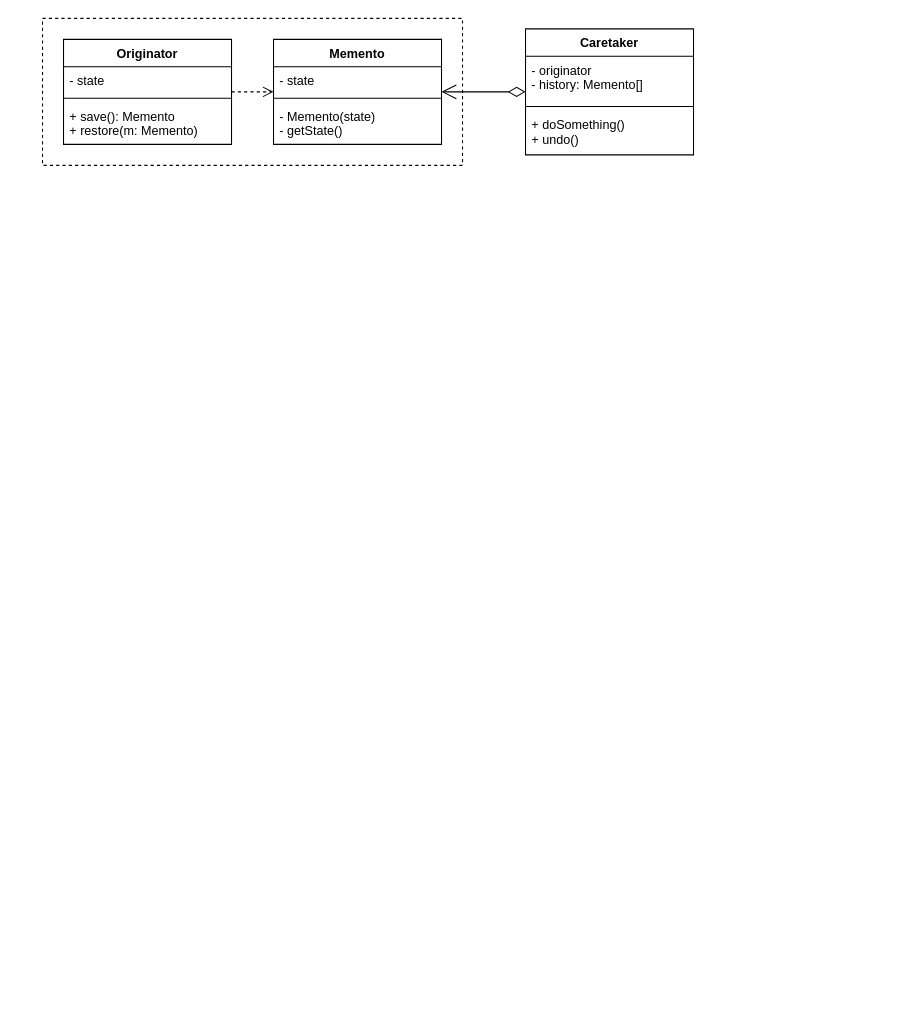
Above: memento.drawio in pcandlej/drawio-design-pattern (draw.io), before the change. Source tidied: cells renumbered, new cells numbered last; positions are measured from the earlier drawing's top-left corner, leaving out a move shared by most shapes. Both pictures are drawn from the tidied source at 105%, with x=0, y=0 at pixel (42, 18).
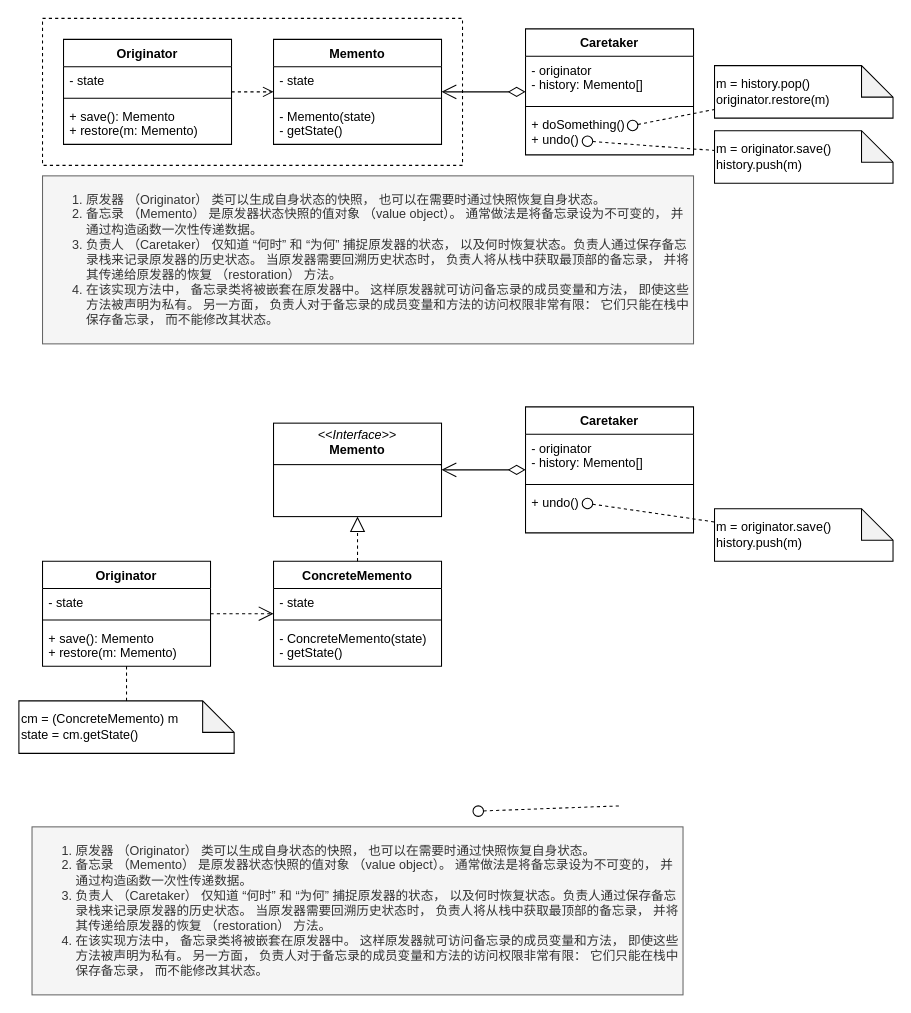
Above is the later version.

Diff of the diagram source:
```diff
@@
+    <mxCell id="17" value="&lt;ol&gt;&lt;li&gt;原发器 （Originator） 类可以生成自身状态的快照， 也可以在需要时通过快照恢复自身状态。&lt;/li&gt;&lt;li&gt;备忘录 （Memento） 是原发器状态快照的值对象 （value object）。 通常做法是将备忘录设为不可变的， 并通过构造函数一次性传递数据。&lt;/li&gt;&lt;li&gt;负责人 （Caretaker） 仅知道 “何时” 和 “为何” 捕捉原发器的状态， 以及何时恢复状态。负责人通过保存备忘录栈来记录原发器的历史状态。 当原发器需要回溯历史状态时， 负责人将从栈中获取最顶部的备忘录， 并将其传递给原发器的恢复 （restoration） 方法。&lt;/li&gt;&lt;li&gt;在该实现方法中， 备忘录类将被嵌套在原发器中。 这样原发器就可访问备忘录的成员变量和方法， 即使这些方法被声明为私有。 另一方面， 负责人对于备忘录的成员变量和方法的访问权限非常有限： 它们只能在栈中保存备忘录， 而不能修改其状态。&lt;br&gt;&lt;/li&gt;&lt;/ol&gt;" style="text;html=1;align=left;verticalAlign=middle;whiteSpace=wrap;rounded=0;fillColor=#f5f5f5;fontColor=#333333;strokeColor=#666666;" parent="1" vertex="1">
+      <mxGeometry y="150" width="620" height="160" as="geometry" />
+    </mxCell>
+    <mxCell id="18" value="m = history.pop()&lt;div&gt;originator.restore(m)&lt;/div&gt;" style="shape=note;whiteSpace=wrap;html=1;backgroundOutline=1;darkOpacity=0.05;align=left;" parent="1" vertex="1">
+      <mxGeometry x="640" y="45" width="170" height="50" as="geometry" />
+    </mxCell>
+    <mxCell id="19" value="m =&amp;nbsp;&lt;span style=&quot;background-color: initial;&quot;&gt;originator.save()&lt;/span&gt;&lt;div&gt;&lt;span style=&quot;background-color: initial;&quot;&gt;history.push(m)&lt;/span&gt;&lt;/div&gt;" style="shape=note;whiteSpace=wrap;html=1;backgroundOutline=1;darkOpacity=0.05;align=left;" parent="1" vertex="1">
+      <mxGeometry x="640" y="107" width="170" height="50" as="geometry" />
+    </mxCell>
+    <mxCell id="20" style="ellipse;whiteSpace=wrap;html=1;" parent="1" vertex="1">
+      <mxGeometry x="557" y="97" width="10" height="10" as="geometry" />
+    </mxCell>
+    <mxCell id="21" style="endArrow=none;dashed=1;html=1;rounded=0;" parent="1" edge="1" source="20" target="18">
+      <mxGeometry relative="1" as="geometry" />
+    </mxCell>
+    <mxCell id="22" style="ellipse;whiteSpace=wrap;html=1;" parent="1" vertex="1">
+      <mxGeometry x="514" y="112" width="10" height="10" as="geometry" />
+    </mxCell>
+    <mxCell id="23" style="endArrow=none;dashed=1;html=1;rounded=0;" parent="1" edge="1" source="22" target="19">
+      <mxGeometry relative="1" as="geometry" />
+    </mxCell>
+    <mxCell id="24" value="Originator" style="swimlane;fontStyle=1;align=center;verticalAlign=top;horizontal=1;startSize=26;whiteSpace=wrap;html=1;" parent="1" vertex="1">
+      <mxGeometry y="517" width="160" height="100" as="geometry" />
+    </mxCell>
+    <mxCell id="25" value="- state" style="text;strokeColor=none;fillColor=none;align=left;verticalAlign=top;spacingLeft=4;spacingRight=4;overflow=hidden;whiteSpace=wrap;html=1;" parent="24" vertex="1">
+      <mxGeometry y="26" width="160" height="26" as="geometry" />
+    </mxCell>
+    <mxCell id="26" style="line;strokeWidth=1;fillColor=none;align=left;verticalAlign=middle;spacingTop=-1;spacingLeft=3;spacingRight=3;labelPosition=right;strokeColor=inherit;" parent="24" vertex="1">
+      <mxGeometry y="52" width="160" height="8" as="geometry" />
+    </mxCell>
+    <mxCell id="27" value="+ save(): Memento&lt;div&gt;+ restore(m: Memento)&lt;/div&gt;" style="text;strokeColor=none;fillColor=none;align=left;verticalAlign=top;spacingLeft=4;spacingRight=4;overflow=hidden;whiteSpace=wrap;html=1;" parent="24" vertex="1">
+      <mxGeometry y="60" width="160" height="40" as="geometry" />
+    </mxCell>
+    <mxCell id="28" value="ConcreteMemento" style="swimlane;fontStyle=1;align=center;verticalAlign=top;horizontal=1;startSize=26;whiteSpace=wrap;html=1;" parent="1" vertex="1">
+      <mxGeometry x="220" y="517" width="160" height="100" as="geometry" />
+    </mxCell>
+    <mxCell id="29" value="- state" style="text;strokeColor=none;fillColor=none;align=left;verticalAlign=top;spacingLeft=4;spacingRight=4;overflow=hidden;whiteSpace=wrap;html=1;" parent="28" vertex="1">
+      <mxGeometry y="26" width="160" height="26" as="geometry" />
+    </mxCell>
+    <mxCell id="30" style="line;strokeWidth=1;fillColor=none;align=left;verticalAlign=middle;spacingTop=-1;spacingLeft=3;spacingRight=3;labelPosition=right;strokeColor=inherit;" parent="28" vertex="1">
+      <mxGeometry y="52" width="160" height="8" as="geometry" />
+    </mxCell>
+    <mxCell id="31" value="- ConcreteMemento(state)&lt;div&gt;- getState()&lt;/div&gt;" style="text;strokeColor=none;fillColor=none;align=left;verticalAlign=top;spacingLeft=4;spacingRight=4;overflow=hidden;whiteSpace=wrap;html=1;" parent="28" vertex="1">
+      <mxGeometry y="60" width="160" height="40" as="geometry" />
+    </mxCell>
+    <mxCell id="32" value="Caretaker" style="swimlane;fontStyle=1;align=center;verticalAlign=top;horizontal=1;startSize=26;whiteSpace=wrap;html=1;" parent="1" vertex="1">
+      <mxGeometry x="460" y="370" width="160" height="120" as="geometry" />
+    </mxCell>
+    <mxCell id="33" value="- originator&lt;div&gt;- history: Memento[]&lt;/div&gt;" style="text;strokeColor=none;fillColor=none;align=left;verticalAlign=top;spacingLeft=4;spacingRight=4;overflow=hidden;whiteSpace=wrap;html=1;" parent="32" vertex="1">
+      <mxGeometry y="26" width="160" height="44" as="geometry" />
+    </mxCell>
+    <mxCell id="34" style="line;strokeWidth=1;fillColor=none;align=left;verticalAlign=middle;spacingTop=-1;spacingLeft=3;spacingRight=3;labelPosition=right;strokeColor=inherit;" parent="32" vertex="1">
+      <mxGeometry y="70" width="160" height="8" as="geometry" />
+    </mxCell>
+    <mxCell id="35" value="&lt;div&gt;+ undo()&lt;/div&gt;" style="text;strokeColor=none;fillColor=none;align=left;verticalAlign=top;spacingLeft=4;spacingRight=4;overflow=hidden;whiteSpace=wrap;html=1;" parent="32" vertex="1">
+      <mxGeometry y="78" width="160" height="42" as="geometry" />
+    </mxCell>
+    <mxCell id="36" value="&lt;ol&gt;&lt;li&gt;原发器 （Originator） 类可以生成自身状态的快照， 也可以在需要时通过快照恢复自身状态。&lt;/li&gt;&lt;li&gt;备忘录 （Memento） 是原发器状态快照的值对象 （value object）。 通常做法是将备忘录设为不可变的， 并通过构造函数一次性传递数据。&lt;/li&gt;&lt;li&gt;负责人 （Caretaker） 仅知道 “何时” 和 “为何” 捕捉原发器的状态， 以及何时恢复状态。负责人通过保存备忘录栈来记录原发器的历史状态。 当原发器需要回溯历史状态时， 负责人将从栈中获取最顶部的备忘录， 并将其传递给原发器的恢复 （restoration） 方法。&lt;/li&gt;&lt;li&gt;在该实现方法中， 备忘录类将被嵌套在原发器中。 这样原发器就可访问备忘录的成员变量和方法， 即使这些方法被声明为私有。 另一方面， 负责人对于备忘录的成员变量和方法的访问权限非常有限： 它们只能在栈中保存备忘录， 而不能修改其状态。&lt;br&gt;&lt;/li&gt;&lt;/ol&gt;" style="text;html=1;align=left;verticalAlign=middle;whiteSpace=wrap;rounded=0;fillColor=#f5f5f5;fontColor=#333333;strokeColor=#666666;" parent="1" vertex="1">
+      <mxGeometry x="-10" y="770" width="620" height="160" as="geometry" />
+    </mxCell>
+    <mxCell id="37" value="cm = (ConcreteMemento) m&lt;div&gt;state = cm.getState()&lt;/div&gt;" style="shape=note;whiteSpace=wrap;html=1;backgroundOutline=1;darkOpacity=0.05;align=left;" parent="1" vertex="1">
+      <mxGeometry x="-22.5" y="650" width="205" height="50" as="geometry" />
+    </mxCell>
+    <mxCell id="38" value="m =&amp;nbsp;&lt;span style=&quot;background-color: initial;&quot;&gt;originator.save()&lt;/span&gt;&lt;div&gt;&lt;span style=&quot;background-color: initial;&quot;&gt;history.push(m)&lt;/span&gt;&lt;/div&gt;" style="shape=note;whiteSpace=wrap;html=1;backgroundOutline=1;darkOpacity=0.05;align=left;" parent="1" vertex="1">
+      <mxGeometry x="640" y="467" width="170" height="50" as="geometry" />
+    </mxCell>
+    <mxCell id="39" style="endArrow=none;dashed=1;html=1;rounded=0;" parent="1" edge="1" source="24" target="37">
+      <mxGeometry relative="1" as="geometry" />
+    </mxCell>
+    <mxCell id="40" style="ellipse;whiteSpace=wrap;html=1;" parent="1" vertex="1">
+      <mxGeometry x="514" y="457" width="10" height="10" as="geometry" />
+    </mxCell>
+    <mxCell id="41" style="endArrow=none;dashed=1;html=1;rounded=0;" parent="1" edge="1" source="40" target="38">
+      <mxGeometry relative="1" as="geometry" />
+    </mxCell>
+    <mxCell id="42" style="ellipse;whiteSpace=wrap;html=1;" parent="1" vertex="1">
+      <mxGeometry x="410" y="750" width="10" height="10" as="geometry" />
+    </mxCell>
+    <mxCell id="43" style="endArrow=none;dashed=1;html=1;rounded=0;" parent="1" edge="1" source="42">
+      <mxGeometry relative="1" as="geometry">
+        <mxPoint x="550" y="750" as="targetPoint" />
+      </mxGeometry>
+    </mxCell>
+    <mxCell id="44" value="&lt;p style=&quot;margin:0px;margin-top:4px;text-align:center;&quot;&gt;&lt;i&gt;&amp;lt;&amp;lt;Interface&amp;gt;&amp;gt;&lt;/i&gt;&lt;br&gt;&lt;b&gt;Memento&lt;/b&gt;&lt;/p&gt;&lt;hr size=&quot;1&quot; style=&quot;border-style:solid;&quot;&gt;&lt;p style=&quot;margin:0px;margin-left:4px;&quot;&gt;&lt;br&gt;&lt;/p&gt;" style="verticalAlign=top;align=left;overflow=fill;html=1;whiteSpace=wrap;" parent="1" vertex="1">
+      <mxGeometry x="220" y="385.5" width="160" height="89" as="geometry" />
+    </mxCell>
+    <mxCell id="45" style="endArrow=block;dashed=1;endFill=0;endSize=12;html=1;rounded=0;" parent="1" edge="1" source="28" target="44">
+      <mxGeometry relative="1" as="geometry" />
+    </mxCell>
+    <mxCell id="46" style="endArrow=open;dashed=1;endFill=0;endSize=12;html=1;rounded=0;" parent="1" edge="1" source="24" target="28">
+      <mxGeometry relative="1" as="geometry" />
+    </mxCell>
+    <mxCell id="47" style="endArrow=open;html=1;endSize=12;startArrow=diamondThin;startSize=14;startFill=0;edgeStyle=orthogonalEdgeStyle;rounded=0;" parent="1" edge="1" source="32" target="44">
+      <mxGeometry relative="1" as="geometry" />
+    </mxCell>
```
